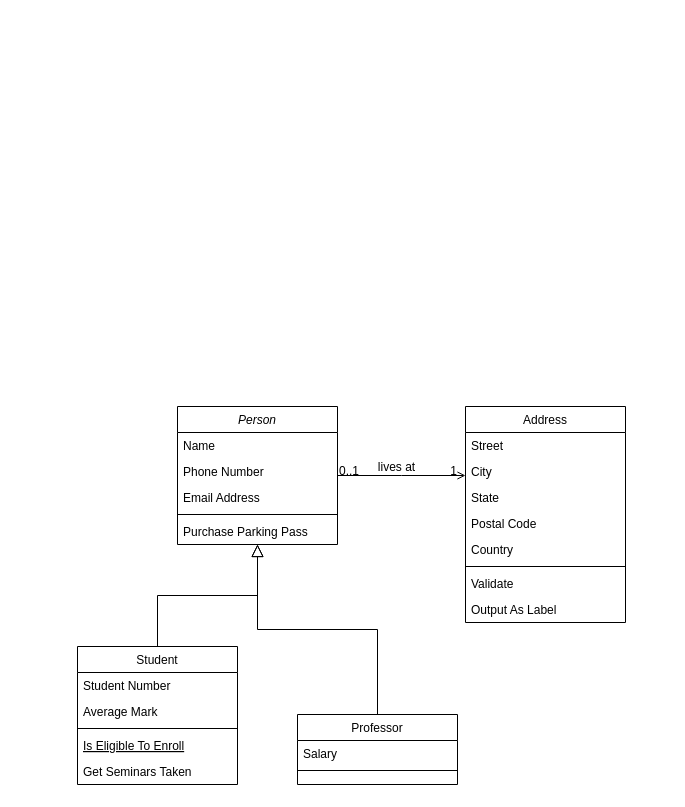
This is src/main/resources/budget-jackie.drawio from houssemMekhelbi/budget-jackie, a draw.io file, before an edit. Source tidied: cells renumbered, new cells numbered last; positions are measured from the earlier drawing's top-left corner, leaving out a move shared by most shapes. Both pictures are drawn from the tidied source at 100%, with x=0, y=0 at pixel (77, 406).
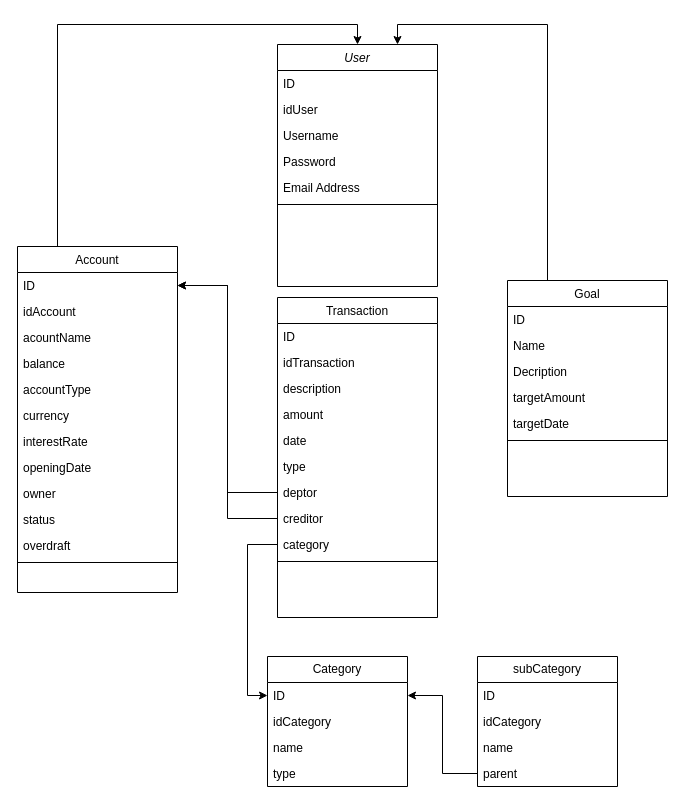
The same diagram, later.

Commit message:
Mettre à jour budget-jackie.drawio

Change to the diagram source:
```diff
@@
-    <mxCell id="2" value="Person" style="swimlane;fontStyle=2;align=center;verticalAlign=top;horizontal=1;startSize=26;rounded=0;shadow=0;strokeWidth=1;" parent="1" vertex="1">
-      <mxGeometry x="100" width="160" height="138" as="geometry" />
+    <mxCell id="2" value="User" style="swimlane;fontStyle=2;align=center;verticalAlign=top;horizontal=1;startSize=26;rounded=0;shadow=0;strokeWidth=1;" parent="1" vertex="1">
+      <mxGeometry x="200" y="-362" width="160" height="242" as="geometry" />
     </mxCell>
-    <mxCell id="3" value="Name" style="text;align=left;verticalAlign=top;spacingLeft=4;spacingRight=4;overflow=hidden;" parent="2" vertex="1">
+    <mxCell id="3" value="ID" style="text;align=left;verticalAlign=top;spacingLeft=4;spacingRight=4;overflow=hidden;" parent="2" vertex="1">
       <mxGeometry y="26" width="160" height="26" as="geometry" />
     </mxCell>
+    <mxCell id="32" value="idUser" style="text;align=left;verticalAlign=top;spacingLeft=4;spacingRight=4;overflow=hidden;" parent="2" vertex="1">
+      <mxGeometry y="52" width="160" height="26" as="geometry" />
+    </mxCell>
-    <mxCell id="4" value="Phone Number" style="text;align=left;verticalAlign=top;spacingLeft=4;spacingRight=4;overflow=hidden;rounded=0;shadow=0;html=0;" parent="2" vertex="1">
-      <mxGeometry y="52" width="160" height="26" as="geometry" />
+    <mxCell id="4" value="Username" style="text;align=left;verticalAlign=top;spacingLeft=4;spacingRight=4;overflow=hidden;rounded=0;shadow=0;html=0;" parent="2" vertex="1">
+      <mxGeometry y="78" width="160" height="26" as="geometry" />
     </mxCell>
+    <mxCell id="33" value="Password" style="text;align=left;verticalAlign=top;spacingLeft=4;spacingRight=4;overflow=hidden;rounded=0;shadow=0;html=0;" parent="2" vertex="1">
+      <mxGeometry y="104" width="160" height="26" as="geometry" />
+    </mxCell>
     <mxCell id="5" value="Email Address" style="text;align=left;verticalAlign=top;spacingLeft=4;spacingRight=4;overflow=hidden;rounded=0;shadow=0;html=0;" parent="2" vertex="1">
-      <mxGeometry y="78" width="160" height="26" as="geometry" />
+      <mxGeometry y="130" width="160" height="26" as="geometry" />
     </mxCell>
     <mxCell id="6" style="line;html=1;strokeWidth=1;align=left;verticalAlign=middle;spacingTop=-1;spacingLeft=3;spacingRight=3;labelPosition=right;" parent="2" vertex="1">
-      <mxGeometry y="104" width="160" height="8" as="geometry" />
+      <mxGeometry y="156" width="160" height="8" as="geometry" />
     </mxCell>
-    <mxCell id="7" value="Purchase Parking Pass" style="text;align=left;verticalAlign=top;spacingLeft=4;spacingRight=4;overflow=hidden;" parent="2" vertex="1">
-      <mxGeometry y="112" width="160" height="26" as="geometry" />
-    </mxCell>
-    <mxCell id="8" value="Student" style="swimlane;fontStyle=0;align=center;verticalAlign=top;horizontal=1;startSize=26;rounded=0;shadow=0;strokeWidth=1;" parent="1" vertex="1">
-      <mxGeometry y="240" width="160" height="138" as="geometry" />
+    <mxCell id="8" value="Transaction" style="swimlane;fontStyle=0;align=center;verticalAlign=top;horizontal=1;startSize=26;rounded=0;shadow=0;strokeWidth=1;" parent="1" vertex="1">
+      <mxGeometry x="200" y="-109" width="160" height="320" as="geometry" />
     </mxCell>
-    <mxCell id="9" value="Student Number" style="text;align=left;verticalAlign=top;spacingLeft=4;spacingRight=4;overflow=hidden;" parent="8" vertex="1">
+    <mxCell id="9" value="ID" style="text;align=left;verticalAlign=top;spacingLeft=4;spacingRight=4;overflow=hidden;" parent="8" vertex="1">
       <mxGeometry y="26" width="160" height="26" as="geometry" />
     </mxCell>
-    <mxCell id="10" value="Average Mark" style="text;align=left;verticalAlign=top;spacingLeft=4;spacingRight=4;overflow=hidden;rounded=0;shadow=0;html=0;" parent="8" vertex="1">
+    <mxCell id="10" value="idTransaction" style="text;align=left;verticalAlign=top;spacingLeft=4;spacingRight=4;overflow=hidden;rounded=0;shadow=0;html=0;" parent="8" vertex="1">
       <mxGeometry y="52" width="160" height="26" as="geometry" />
     </mxCell>
+    <mxCell id="34" value="description" style="text;align=left;verticalAlign=top;spacingLeft=4;spacingRight=4;overflow=hidden;rounded=0;shadow=0;html=0;" parent="8" vertex="1">
+      <mxGeometry y="78" width="160" height="26" as="geometry" />
+    </mxCell>
+    <mxCell id="35" value="amount" style="text;align=left;verticalAlign=top;spacingLeft=4;spacingRight=4;overflow=hidden;rounded=0;shadow=0;html=0;" parent="8" vertex="1">
+      <mxGeometry y="104" width="160" height="26" as="geometry" />
+    </mxCell>
+    <mxCell id="36" value="date" style="text;align=left;verticalAlign=top;spacingLeft=4;spacingRight=4;overflow=hidden;rounded=0;shadow=0;html=0;" parent="8" vertex="1">
+      <mxGeometry y="130" width="160" height="26" as="geometry" />
+    </mxCell>
+    <mxCell id="37" value="type" style="text;align=left;verticalAlign=top;spacingLeft=4;spacingRight=4;overflow=hidden;rounded=0;shadow=0;html=0;" parent="8" vertex="1">
+      <mxGeometry y="156" width="160" height="26" as="geometry" />
+    </mxCell>
+    <mxCell id="38" value="deptor" style="text;align=left;verticalAlign=top;spacingLeft=4;spacingRight=4;overflow=hidden;points=[[0,0.5],[1,0.5]];portConstraint=eastwest;rounded=0;shadow=0;html=0;" parent="8" vertex="1">
+      <mxGeometry y="182" width="160" height="26" as="geometry" />
+    </mxCell>
+    <mxCell id="39" value="creditor" style="text;align=left;verticalAlign=top;spacingLeft=4;spacingRight=4;overflow=hidden;points=[[0,0.5],[1,0.5]];portConstraint=eastwest;rounded=0;shadow=0;html=0;" parent="8" vertex="1">
+      <mxGeometry y="208" width="160" height="26" as="geometry" />
+    </mxCell>
+    <mxCell id="40" value="category" style="text;align=left;verticalAlign=top;spacingLeft=4;spacingRight=4;overflow=hidden;points=[[0,0.5],[1,0.5]];portConstraint=eastwest;rounded=0;shadow=0;html=0;" parent="8" vertex="1">
+      <mxGeometry y="234" width="160" height="26" as="geometry" />
+    </mxCell>
     <mxCell id="11" style="line;html=1;strokeWidth=1;align=left;verticalAlign=middle;spacingTop=-1;spacingLeft=3;spacingRight=3;labelPosition=right;" parent="8" vertex="1">
-      <mxGeometry y="78" width="160" height="8" as="geometry" />
+      <mxGeometry y="260" width="160" height="8" as="geometry" />
     </mxCell>
-    <mxCell id="12" value="Is Eligible To Enroll" style="text;align=left;verticalAlign=top;spacingLeft=4;spacingRight=4;overflow=hidden;fontStyle=4;" parent="8" vertex="1">
-      <mxGeometry y="86" width="160" height="26" as="geometry" />
-    </mxCell>
-    <mxCell id="13" value="Get Seminars Taken" style="text;align=left;verticalAlign=top;spacingLeft=4;spacingRight=4;overflow=hidden;" parent="8" vertex="1">
-      <mxGeometry y="112" width="160" height="26" as="geometry" />
-    </mxCell>
-    <mxCell id="14" style="endArrow=block;endSize=10;endFill=0;shadow=0;strokeWidth=1;rounded=0;curved=0;edgeStyle=elbowEdgeStyle;elbow=vertical;" parent="1" edge="1" source="8" target="2">
-      <mxGeometry relative="1" as="geometry" />
-    </mxCell>
+    <mxCell id="18" style="edgeStyle=orthogonalEdgeStyle;rounded=0;jettySize=auto;html=1;exitX=0.25;exitY=0;exitDx=0;exitDy=0;entryX=0.5;entryY=0;entryDx=0;entryDy=0;" parent="1" edge="1" source="15" target="2">
+      <mxGeometry relative="1" as="geometry" />
+    </mxCell>
-    <mxCell id="15" value="Professor" style="swimlane;fontStyle=0;align=center;verticalAlign=top;horizontal=1;startSize=26;rounded=0;shadow=0;strokeWidth=1;" parent="1" vertex="1">
-      <mxGeometry x="220" y="308" width="160" height="70" as="geometry" />
+    <mxCell id="15" value="Account" style="swimlane;fontStyle=0;align=center;verticalAlign=top;horizontal=1;startSize=26;rounded=0;shadow=0;strokeWidth=1;" parent="1" vertex="1">
+      <mxGeometry x="-60" y="-160" width="160" height="346" as="geometry" />
     </mxCell>
-    <mxCell id="16" value="Salary" style="text;align=left;verticalAlign=top;spacingLeft=4;spacingRight=4;overflow=hidden;points=[[0,0.5],[1,0.5]];portConstraint=eastwest;" parent="15" vertex="1">
+    <mxCell id="16" value="ID" style="text;align=left;verticalAlign=top;spacingLeft=4;spacingRight=4;overflow=hidden;points=[[0,0.5],[1,0.5]];portConstraint=eastwest;" parent="15" vertex="1">
       <mxGeometry y="26" width="160" height="26" as="geometry" />
     </mxCell>
+    <mxCell id="41" value="idAccount" style="text;align=left;verticalAlign=top;spacingLeft=4;spacingRight=4;overflow=hidden;" parent="15" vertex="1">
+      <mxGeometry y="52" width="160" height="26" as="geometry" />
+    </mxCell>
+    <mxCell id="42" value="acountName" style="text;align=left;verticalAlign=top;spacingLeft=4;spacingRight=4;overflow=hidden;" parent="15" vertex="1">
+      <mxGeometry y="78" width="160" height="26" as="geometry" />
+    </mxCell>
+    <mxCell id="43" value="balance" style="text;align=left;verticalAlign=top;spacingLeft=4;spacingRight=4;overflow=hidden;" parent="15" vertex="1">
+      <mxGeometry y="104" width="160" height="26" as="geometry" />
+    </mxCell>
+    <mxCell id="44" value="accountType" style="text;align=left;verticalAlign=top;spacingLeft=4;spacingRight=4;overflow=hidden;" parent="15" vertex="1">
+      <mxGeometry y="130" width="160" height="26" as="geometry" />
+    </mxCell>
+    <mxCell id="45" value="currency" style="text;align=left;verticalAlign=top;spacingLeft=4;spacingRight=4;overflow=hidden;" parent="15" vertex="1">
+      <mxGeometry y="156" width="160" height="26" as="geometry" />
+    </mxCell>
+    <mxCell id="46" value="interestRate" style="text;align=left;verticalAlign=top;spacingLeft=4;spacingRight=4;overflow=hidden;" parent="15" vertex="1">
+      <mxGeometry y="182" width="160" height="26" as="geometry" />
+    </mxCell>
+    <mxCell id="47" value="openingDate" style="text;align=left;verticalAlign=top;spacingLeft=4;spacingRight=4;overflow=hidden;" parent="15" vertex="1">
+      <mxGeometry y="208" width="160" height="26" as="geometry" />
+    </mxCell>
+    <mxCell id="48" value="owner" style="text;align=left;verticalAlign=top;spacingLeft=4;spacingRight=4;overflow=hidden;" parent="15" vertex="1">
+      <mxGeometry y="234" width="160" height="26" as="geometry" />
+    </mxCell>
+    <mxCell id="49" value="status" style="text;align=left;verticalAlign=top;spacingLeft=4;spacingRight=4;overflow=hidden;" parent="15" vertex="1">
+      <mxGeometry y="260" width="160" height="26" as="geometry" />
+    </mxCell>
+    <mxCell id="50" value="overdraft" style="text;align=left;verticalAlign=top;spacingLeft=4;spacingRight=4;overflow=hidden;" parent="15" vertex="1">
+      <mxGeometry y="286" width="160" height="26" as="geometry" />
+    </mxCell>
     <mxCell id="17" style="line;html=1;strokeWidth=1;align=left;verticalAlign=middle;spacingTop=-1;spacingLeft=3;spacingRight=3;labelPosition=right;" parent="15" vertex="1">
-      <mxGeometry y="52" width="160" height="8" as="geometry" />
+      <mxGeometry y="312" width="160" height="8" as="geometry" />
     </mxCell>
-    <mxCell id="18" style="endArrow=block;endSize=10;endFill=0;shadow=0;strokeWidth=1;rounded=0;curved=0;edgeStyle=elbowEdgeStyle;elbow=vertical;" parent="1" edge="1" source="15" target="2">
-      <mxGeometry relative="1" as="geometry" />
-    </mxCell>
+    <mxCell id="51" style="edgeStyle=orthogonalEdgeStyle;rounded=0;jettySize=auto;html=1;exitX=0.25;exitY=0;exitDx=0;exitDy=0;entryX=0.75;entryY=0;entryDx=0;entryDy=0;" parent="1" edge="1" source="19" target="2">
+      <mxGeometry relative="1" as="geometry" />
+    </mxCell>
-    <mxCell id="19" value="Address" style="swimlane;fontStyle=0;align=center;verticalAlign=top;horizontal=1;startSize=26;rounded=0;shadow=0;strokeWidth=1;" parent="1" vertex="1">
-      <mxGeometry x="388" width="160" height="216" as="geometry" />
+    <mxCell id="19" value="Goal" style="swimlane;fontStyle=0;align=center;verticalAlign=top;horizontal=1;startSize=26;rounded=0;shadow=0;strokeWidth=1;" parent="1" vertex="1">
+      <mxGeometry x="430" y="-126" width="160" height="216" as="geometry" />
     </mxCell>
-    <mxCell id="20" value="Street" style="text;align=left;verticalAlign=top;spacingLeft=4;spacingRight=4;overflow=hidden;" parent="19" vertex="1">
+    <mxCell id="20" value="ID" style="text;align=left;verticalAlign=top;spacingLeft=4;spacingRight=4;overflow=hidden;" parent="19" vertex="1">
       <mxGeometry y="26" width="160" height="26" as="geometry" />
     </mxCell>
-    <mxCell id="21" value="City" style="text;align=left;verticalAlign=top;spacingLeft=4;spacingRight=4;overflow=hidden;rounded=0;shadow=0;html=0;" parent="19" vertex="1">
+    <mxCell id="21" value="Name" style="text;align=left;verticalAlign=top;spacingLeft=4;spacingRight=4;overflow=hidden;rounded=0;shadow=0;html=0;" parent="19" vertex="1">
       <mxGeometry y="52" width="160" height="26" as="geometry" />
     </mxCell>
-    <mxCell id="22" value="State" style="text;align=left;verticalAlign=top;spacingLeft=4;spacingRight=4;overflow=hidden;rounded=0;shadow=0;html=0;" parent="19" vertex="1">
+    <mxCell id="22" value="Decription" style="text;align=left;verticalAlign=top;spacingLeft=4;spacingRight=4;overflow=hidden;rounded=0;shadow=0;html=0;" parent="19" vertex="1">
       <mxGeometry y="78" width="160" height="26" as="geometry" />
     </mxCell>
-    <mxCell id="23" value="Postal Code" style="text;align=left;verticalAlign=top;spacingLeft=4;spacingRight=4;overflow=hidden;rounded=0;shadow=0;html=0;" parent="19" vertex="1">
+    <mxCell id="23" value="targetAmount" style="text;align=left;verticalAlign=top;spacingLeft=4;spacingRight=4;overflow=hidden;rounded=0;shadow=0;html=0;" parent="19" vertex="1">
       <mxGeometry y="104" width="160" height="26" as="geometry" />
     </mxCell>
-    <mxCell id="24" value="Country" style="text;align=left;verticalAlign=top;spacingLeft=4;spacingRight=4;overflow=hidden;rounded=0;shadow=0;html=0;" parent="19" vertex="1">
+    <mxCell id="24" value="targetDate" style="text;align=left;verticalAlign=top;spacingLeft=4;spacingRight=4;overflow=hidden;rounded=0;shadow=0;html=0;" parent="19" vertex="1">
       <mxGeometry y="130" width="160" height="26" as="geometry" />
     </mxCell>
@@
-    <mxCell id="26" value="Validate" style="text;align=left;verticalAlign=top;spacingLeft=4;spacingRight=4;overflow=hidden;" parent="19" vertex="1">
-      <mxGeometry y="164" width="160" height="26" as="geometry" />
-    </mxCell>
-    <mxCell id="27" value="Output As Label" style="text;align=left;verticalAlign=top;spacingLeft=4;spacingRight=4;overflow=hidden;" parent="19" vertex="1">
-      <mxGeometry y="190" width="160" height="26" as="geometry" />
-    </mxCell>
-    <mxCell id="28" style="endArrow=open;shadow=0;strokeWidth=1;rounded=0;curved=0;endFill=1;edgeStyle=elbowEdgeStyle;elbow=vertical;" parent="1" edge="1" source="2" target="19">
-      <mxGeometry x="0.5" y="41" relative="1" as="geometry">
-        <mxPoint x="-40" y="32" as="offset" />
-      </mxGeometry>
-    </mxCell>
-    <mxCell id="29" value="0..1" style="align=left;verticalAlign=bottom;labelBackgroundColor=none;fontSize=12;" parent="28" vertex="1">
-      <mxGeometry x="-1" relative="1" as="geometry">
-        <mxPoint y="4" as="offset" />
-      </mxGeometry>
-    </mxCell>
-    <mxCell id="30" value="1" style="align=right;verticalAlign=bottom;labelBackgroundColor=none;fontSize=12;" parent="28" vertex="1">
-      <mxGeometry x="1" relative="1" as="geometry">
-        <mxPoint x="-7" y="4" as="offset" />
-      </mxGeometry>
-    </mxCell>
-    <mxCell id="31" value="lives at" style="text;html=1;align=center;verticalAlign=middle;labelBackgroundColor=none;rounded=0;shadow=0;strokeWidth=1;fontSize=12;" parent="28" vertex="1">
-      <mxGeometry x="0.5" y="49" relative="1" as="geometry">
-        <mxPoint x="-38" y="40" as="offset" />
-      </mxGeometry>
-    </mxCell>
+    <mxCell id="52" value="Category" style="swimlane;fontStyle=0;horizontal=1;startSize=26;fillColor=none;whiteSpace=wrap;html=1;" parent="1" vertex="1">
+      <mxGeometry x="190" y="250" width="140" height="130" as="geometry" />
+    </mxCell>
+    <mxCell id="53" value="ID" style="text;strokeColor=none;fillColor=none;align=left;verticalAlign=top;spacingLeft=4;spacingRight=4;overflow=hidden;points=[[0,0.5],[1,0.5]];portConstraint=eastwest;whiteSpace=wrap;html=1;" parent="52" vertex="1">
+      <mxGeometry y="26" width="140" height="26" as="geometry" />
+    </mxCell>
+    <mxCell id="54" value="idCategory" style="text;strokeColor=none;fillColor=none;align=left;verticalAlign=top;spacingLeft=4;spacingRight=4;overflow=hidden;whiteSpace=wrap;html=1;" parent="52" vertex="1">
+      <mxGeometry y="52" width="140" height="26" as="geometry" />
+    </mxCell>
+    <mxCell id="55" value="name" style="text;strokeColor=none;fillColor=none;align=left;verticalAlign=top;spacingLeft=4;spacingRight=4;overflow=hidden;whiteSpace=wrap;html=1;" parent="52" vertex="1">
+      <mxGeometry y="78" width="140" height="26" as="geometry" />
+    </mxCell>
+    <mxCell id="56" value="type" style="text;strokeColor=none;fillColor=none;align=left;verticalAlign=top;spacingLeft=4;spacingRight=4;overflow=hidden;whiteSpace=wrap;html=1;" parent="52" vertex="1">
+      <mxGeometry y="104" width="140" height="26" as="geometry" />
+    </mxCell>
+    <mxCell id="57" value="subCategory" style="swimlane;fontStyle=0;horizontal=1;startSize=26;fillColor=none;whiteSpace=wrap;html=1;" parent="1" vertex="1">
+      <mxGeometry x="400" y="250" width="140" height="130" as="geometry" />
+    </mxCell>
+    <mxCell id="58" value="ID" style="text;strokeColor=none;fillColor=none;align=left;verticalAlign=top;spacingLeft=4;spacingRight=4;overflow=hidden;whiteSpace=wrap;html=1;" parent="57" vertex="1">
+      <mxGeometry y="26" width="140" height="26" as="geometry" />
+    </mxCell>
+    <mxCell id="59" value="idCategory" style="text;strokeColor=none;fillColor=none;align=left;verticalAlign=top;spacingLeft=4;spacingRight=4;overflow=hidden;whiteSpace=wrap;html=1;" parent="57" vertex="1">
+      <mxGeometry y="52" width="140" height="26" as="geometry" />
+    </mxCell>
+    <mxCell id="60" value="name" style="text;strokeColor=none;fillColor=none;align=left;verticalAlign=top;spacingLeft=4;spacingRight=4;overflow=hidden;whiteSpace=wrap;html=1;" parent="57" vertex="1">
+      <mxGeometry y="78" width="140" height="26" as="geometry" />
+    </mxCell>
+    <mxCell id="61" value="parent" style="text;strokeColor=none;fillColor=none;align=left;verticalAlign=top;spacingLeft=4;spacingRight=4;overflow=hidden;points=[[0,0.5],[1,0.5]];portConstraint=eastwest;whiteSpace=wrap;html=1;" parent="57" vertex="1">
+      <mxGeometry y="104" width="140" height="26" as="geometry" />
+    </mxCell>
+    <mxCell id="62" style="edgeStyle=orthogonalEdgeStyle;rounded=0;jettySize=auto;html=1;exitX=0;exitY=0.5;exitDx=0;exitDy=0;entryX=1;entryY=0.5;entryDx=0;entryDy=0;" parent="1" edge="1" source="38" target="16">
+      <mxGeometry relative="1" as="geometry" />
+    </mxCell>
+    <mxCell id="63" style="edgeStyle=orthogonalEdgeStyle;rounded=0;jettySize=auto;html=1;entryX=1;entryY=0.5;entryDx=0;entryDy=0;" parent="1" edge="1" source="39" target="16">
+      <mxGeometry relative="1" as="geometry" />
+    </mxCell>
+    <mxCell id="64" style="edgeStyle=orthogonalEdgeStyle;rounded=0;jettySize=auto;html=1;entryX=0;entryY=0.5;entryDx=0;entryDy=0;" parent="1" edge="1" source="40" target="53">
+      <mxGeometry relative="1" as="geometry" />
+    </mxCell>
+    <mxCell id="65" style="edgeStyle=orthogonalEdgeStyle;rounded=0;jettySize=auto;html=1;entryX=1;entryY=0.5;entryDx=0;entryDy=0;" parent="1" edge="1" source="61" target="53">
+      <mxGeometry relative="1" as="geometry" />
+    </mxCell>
```
